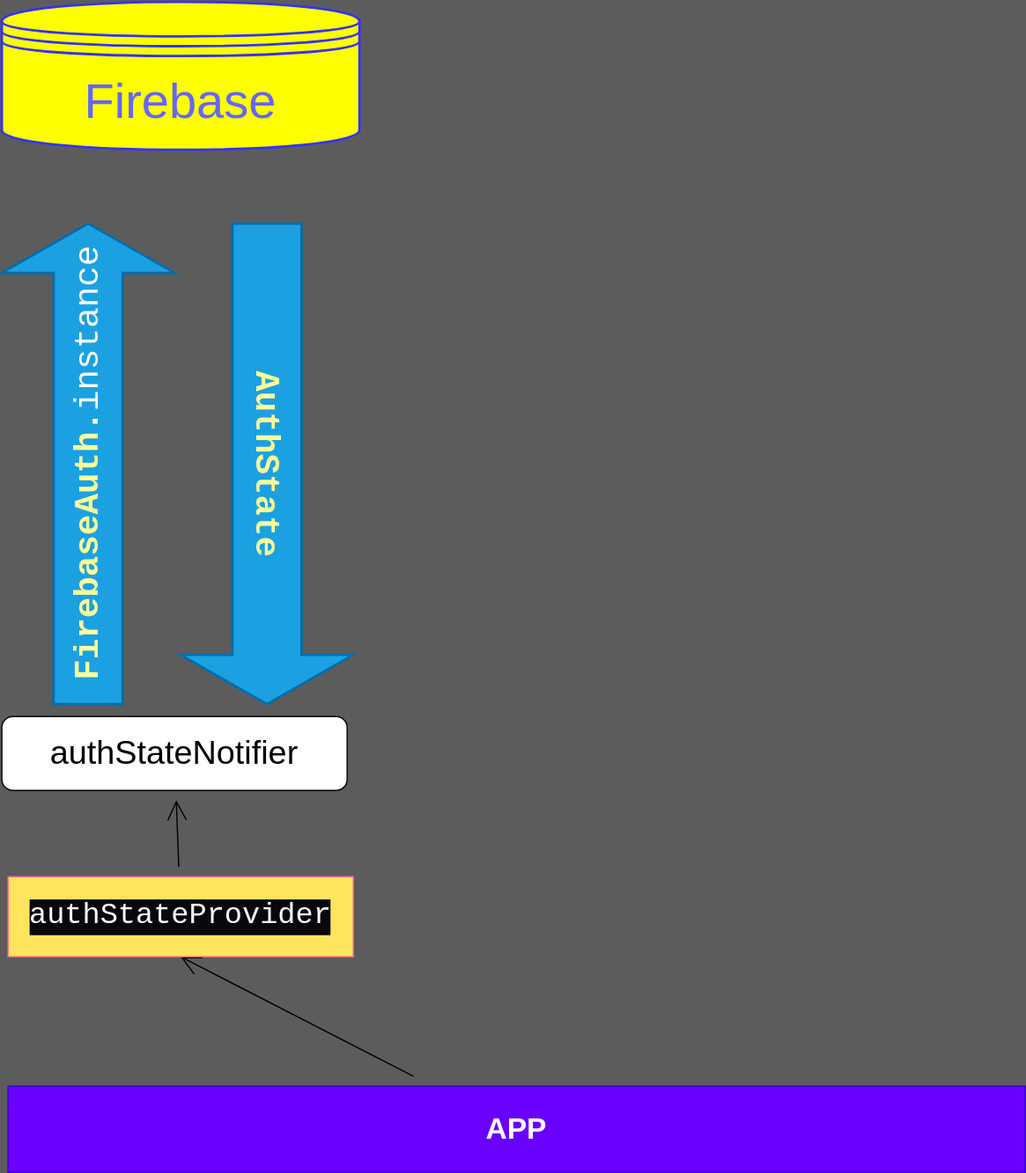
This is AppDiagram.drawio.svg from DiegoCarvalho75/rivergram, a draw.io export, as it was before one commit. Source tidied: cells renumbered, new cells last; positions are measured from the earlier drawing's top-left corner, leaving out a move shared by most shapes.
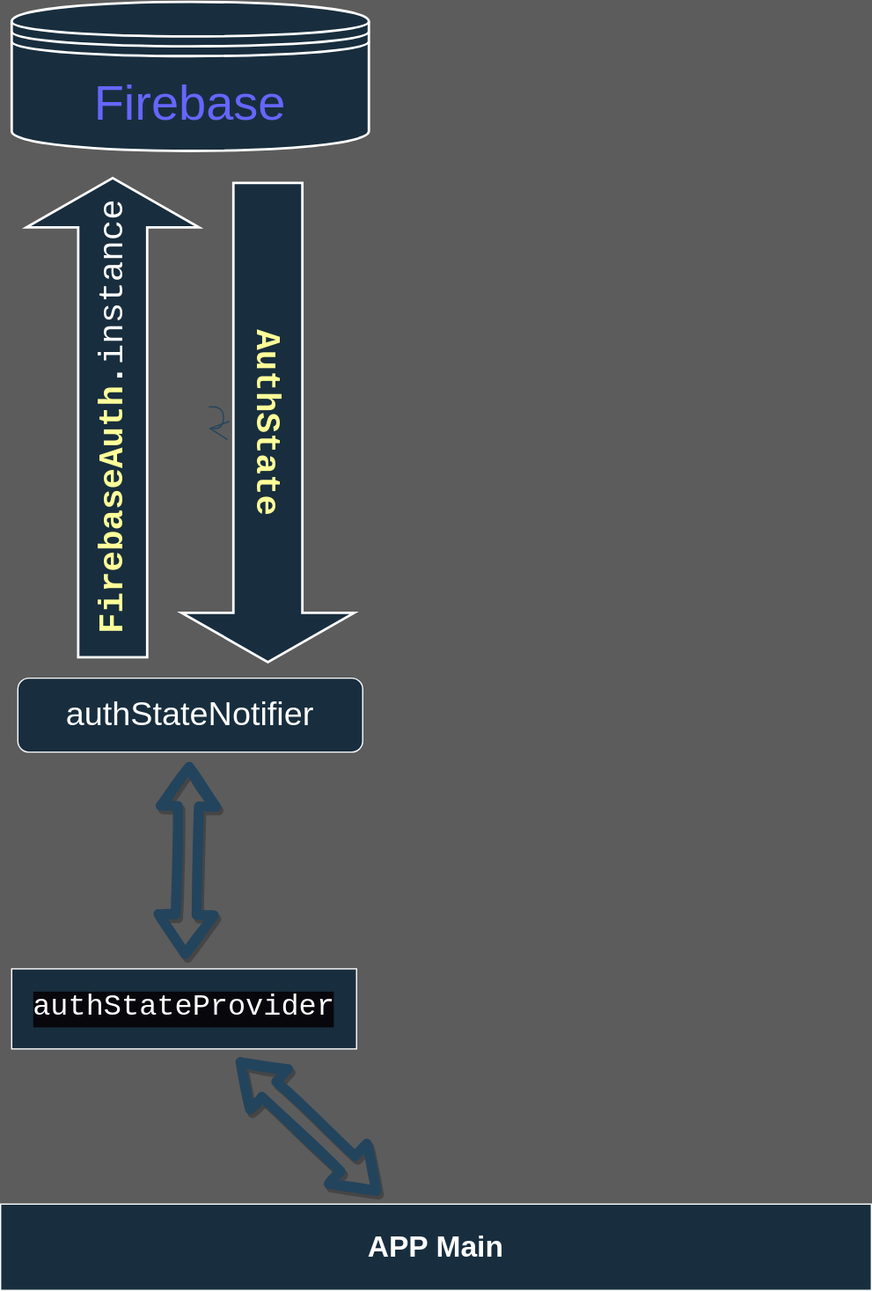
The same file after the commit.

The edit, as a diff of the source:
```diff
@@ -2,29 +2,32 @@
   <root>
     <mxCell id="0" />
     <mxCell id="1" parent="0" />
-    <mxCell id="2" style="edgeStyle=none;curved=1;rounded=0;jettySize=auto;html=1;fontSize=27;fontColor=#6666FF;endArrow=open;startSize=14;endSize=14;sourcePerimeterSpacing=8;targetPerimeterSpacing=8;entryX=0.5;entryY=1;entryDx=0;entryDy=0;" parent="1" edge="1" source="3" target="5">
-      <mxGeometry relative="1" as="geometry" />
-    </mxCell>
-    <mxCell id="3" value="&lt;h1&gt;APP&lt;/h1&gt;" style="whiteSpace=wrap;html=1;strokeColor=#3700CC;fontColor=#ffffff;fillColor=#6a00ff;" parent="1" vertex="1">
-      <mxGeometry x="5" y="880" width="825" height="70" as="geometry" />
+    <mxCell id="3" value="&lt;h1&gt;APP Main&lt;/h1&gt;" style="whiteSpace=wrap;html=1;strokeColor=#FFFFFF;fontColor=#FFFFFF;fillColor=#182E3E;labelBackgroundColor=none;" parent="1" vertex="1">
+      <mxGeometry x="38" y="867" width="707" height="70" as="geometry" />
     </mxCell>
-    <mxCell id="4" style="edgeStyle=none;curved=1;rounded=0;jettySize=auto;html=1;fontSize=12;endArrow=open;startSize=14;endSize=14;sourcePerimeterSpacing=8;targetPerimeterSpacing=8;" parent="1" edge="1" source="5" target="6">
-      <mxGeometry relative="1" as="geometry" />
-    </mxCell>
-    <mxCell id="5" value="&lt;div style=&quot;color: rgb(255, 255, 255); background-color: rgb(7, 7, 12); font-family: &amp;quot;JetBrains Mono&amp;quot;, Consolas, &amp;quot;Courier New&amp;quot;, monospace; line-height: 26px;&quot;&gt;&lt;font style=&quot;font-size: 24px;&quot;&gt;authStateProvider&lt;/font&gt;&lt;/div&gt;" style="whiteSpace=wrap;html=1;fillColor=#FFE45E;strokeColor=#FF6392;fontColor=#5AA9E6;" parent="1" vertex="1">
-      <mxGeometry x="5" y="710" width="280" height="65" as="geometry" />
+    <mxCell id="5" value="&lt;div style=&quot;color: rgb(255, 255, 255); background-color: rgb(7, 7, 12); font-family: &amp;quot;JetBrains Mono&amp;quot;, Consolas, &amp;quot;Courier New&amp;quot;, monospace; line-height: 26px;&quot;&gt;&lt;font style=&quot;font-size: 24px;&quot;&gt;authStateProvider&lt;/font&gt;&lt;/div&gt;" style="whiteSpace=wrap;html=1;fillColor=#182E3E;strokeColor=#FFFFFF;fontColor=#FFFFFF;labelBackgroundColor=none;" parent="1" vertex="1">
+      <mxGeometry x="47" y="676" width="280" height="65" as="geometry" />
     </mxCell>
-    <mxCell id="6" value="&lt;font style=&quot;font-size: 27px;&quot;&gt;authStateNotifier&lt;/font&gt;" style="rounded=1;whiteSpace=wrap;html=1;fontSize=16;" parent="1" vertex="1">
-      <mxGeometry y="580" width="280" height="60" as="geometry" />
+    <mxCell id="6" value="&lt;font style=&quot;font-size: 27px;&quot;&gt;authStateNotifier&lt;/font&gt;" style="rounded=1;whiteSpace=wrap;html=1;fontSize=16;labelBackgroundColor=none;fillColor=#182E3E;strokeColor=#FFFFFF;fontColor=#FFFFFF;" parent="1" vertex="1">
+      <mxGeometry x="52" y="440" width="280" height="60" as="geometry" />
     </mxCell>
-    <mxCell id="7" value="&lt;div style=&quot;font-family: &amp;quot;JetBrains Mono&amp;quot;, Consolas, &amp;quot;Courier New&amp;quot;, monospace; line-height: 26px; font-size: 28px;&quot;&gt;&lt;span style=&quot;font-weight: bold;&quot;&gt;&lt;font style=&quot;font-size: 28px;&quot; color=&quot;#ffff99&quot;&gt;FirebaseAuth&lt;/font&gt;&lt;/span&gt;&lt;span style=&quot;font-weight: bold;&quot;&gt;.&lt;/span&gt;instance&lt;/div&gt;" style="html=1;shadow=0;dashed=0;align=center;verticalAlign=middle;shape=mxgraph.arrows2.arrow;dy=0.6;dx=40;direction=north;notch=0;labelBackgroundColor=none;strokeColor=#006EAF;strokeWidth=2;fontSize=26;fontColor=#ffffff;fillColor=#1ba1e2;horizontal=0;" parent="1" vertex="1">
-      <mxGeometry y="180" width="140" height="390" as="geometry" />
+    <mxCell id="7" value="&lt;div style=&quot;font-family: &amp;quot;JetBrains Mono&amp;quot;, Consolas, &amp;quot;Courier New&amp;quot;, monospace; line-height: 26px; font-size: 28px;&quot;&gt;&lt;span style=&quot;font-weight: bold;&quot;&gt;&lt;font style=&quot;font-size: 28px;&quot; color=&quot;#ffff99&quot;&gt;FirebaseAuth&lt;/font&gt;&lt;/span&gt;&lt;span style=&quot;font-weight: bold;&quot;&gt;.&lt;/span&gt;instance&lt;/div&gt;" style="html=1;shadow=0;dashed=0;align=center;verticalAlign=middle;shape=mxgraph.arrows2.arrow;dy=0.6;dx=40;direction=north;notch=0;labelBackgroundColor=none;strokeColor=#FFFFFF;strokeWidth=2;fontSize=26;fontColor=#FFFFFF;fillColor=#182E3E;horizontal=0;" parent="1" vertex="1">
+      <mxGeometry x="59" y="34" width="140" height="389" as="geometry" />
     </mxCell>
-    <mxCell id="8" value="&lt;div style=&quot;font-family: &amp;quot;JetBrains Mono&amp;quot;, Consolas, &amp;quot;Courier New&amp;quot;, monospace; line-height: 26px; font-size: 28px;&quot;&gt;&lt;font color=&quot;#ffff99&quot;&gt;&lt;b&gt;AuthState&lt;/b&gt;&lt;/font&gt;&lt;/div&gt;" style="html=1;shadow=0;dashed=0;align=center;verticalAlign=middle;shape=mxgraph.arrows2.arrow;dy=0.6;dx=40;direction=north;notch=0;labelBackgroundColor=none;strokeColor=#006EAF;strokeWidth=2;fontSize=26;fontColor=#ffffff;fillColor=#1ba1e2;horizontal=0;rotation=-180;" parent="1" vertex="1">
-      <mxGeometry x="145" y="180" width="140" height="390" as="geometry" />
+    <mxCell id="8" value="&lt;div style=&quot;font-family: &amp;quot;JetBrains Mono&amp;quot;, Consolas, &amp;quot;Courier New&amp;quot;, monospace; line-height: 26px; font-size: 28px;&quot;&gt;&lt;font color=&quot;#ffff99&quot;&gt;&lt;b&gt;AuthState&lt;/b&gt;&lt;/font&gt;&lt;/div&gt;" style="html=1;shadow=0;dashed=0;align=center;verticalAlign=middle;shape=mxgraph.arrows2.arrow;dy=0.6;dx=40;direction=north;notch=0;labelBackgroundColor=none;strokeColor=#FFFFFF;strokeWidth=2;fontSize=26;fontColor=#FFFFFF;fillColor=#182E3E;horizontal=0;rotation=-180;" parent="1" vertex="1">
+      <mxGeometry x="185" y="38" width="140" height="389" as="geometry" />
     </mxCell>
-    <mxCell id="9" value="&lt;span style=&quot;color: rgb(102, 102, 255);&quot;&gt;&lt;font style=&quot;font-size: 40px;&quot;&gt;Firebase&lt;/font&gt;&lt;/span&gt;" style="shape=datastore;whiteSpace=wrap;html=1;labelBackgroundColor=none;sketch=0;strokeColor=#3333FF;strokeWidth=2;fontSize=28;fontColor=#FFFF99;fillColor=#FFFF00;" parent="1" vertex="1">
-      <mxGeometry width="290" height="120" as="geometry" />
+    <mxCell id="9" value="&lt;span style=&quot;color: rgb(102, 102, 255);&quot;&gt;&lt;font style=&quot;font-size: 40px;&quot;&gt;Firebase&lt;/font&gt;&lt;/span&gt;" style="shape=datastore;whiteSpace=wrap;html=1;labelBackgroundColor=none;sketch=0;strokeColor=#FFFFFF;strokeWidth=2;fontSize=28;fontColor=#FFFFFF;fillColor=#182E3E;" parent="1" vertex="1">
+      <mxGeometry x="47" y="-109" width="290" height="121" as="geometry" />
     </mxCell>
+    <mxCell id="10" style="edgeStyle=none;curved=1;rounded=0;orthogonalLoop=1;jettySize=auto;html=1;strokeColor=#23445D;fontSize=12;endArrow=open;startSize=14;endSize=14;sourcePerimeterSpacing=8;targetPerimeterSpacing=8;" parent="1" edge="1" source="7" target="7">
+      <mxGeometry relative="1" as="geometry" />
+    </mxCell>
+    <mxCell id="2" style="shape=flexArrow;endArrow=classic;startArrow=classic;html=1;rounded=1;shadow=1;sketch=1;strokeColor=#23445D;strokeWidth=8;fontSize=12;startSize=8;endSize=8;sourcePerimeterSpacing=8;targetPerimeterSpacing=8;jumpStyle=none;jumpSize=3;" parent="1" edge="1" source="3" target="5">
+      <mxGeometry relative="1" as="geometry" />
+    </mxCell>
+    <mxCell id="4" style="shape=flexArrow;endArrow=classic;startArrow=classic;html=1;rounded=1;shadow=1;sketch=1;strokeColor=#23445D;strokeWidth=8;fontSize=12;startSize=8;endSize=8;sourcePerimeterSpacing=8;targetPerimeterSpacing=8;jumpStyle=none;jumpSize=3;" parent="1" edge="1" source="5" target="6">
+      <mxGeometry relative="1" as="geometry" />
+    </mxCell>
   </root>
 </mxGraphModel>
```
